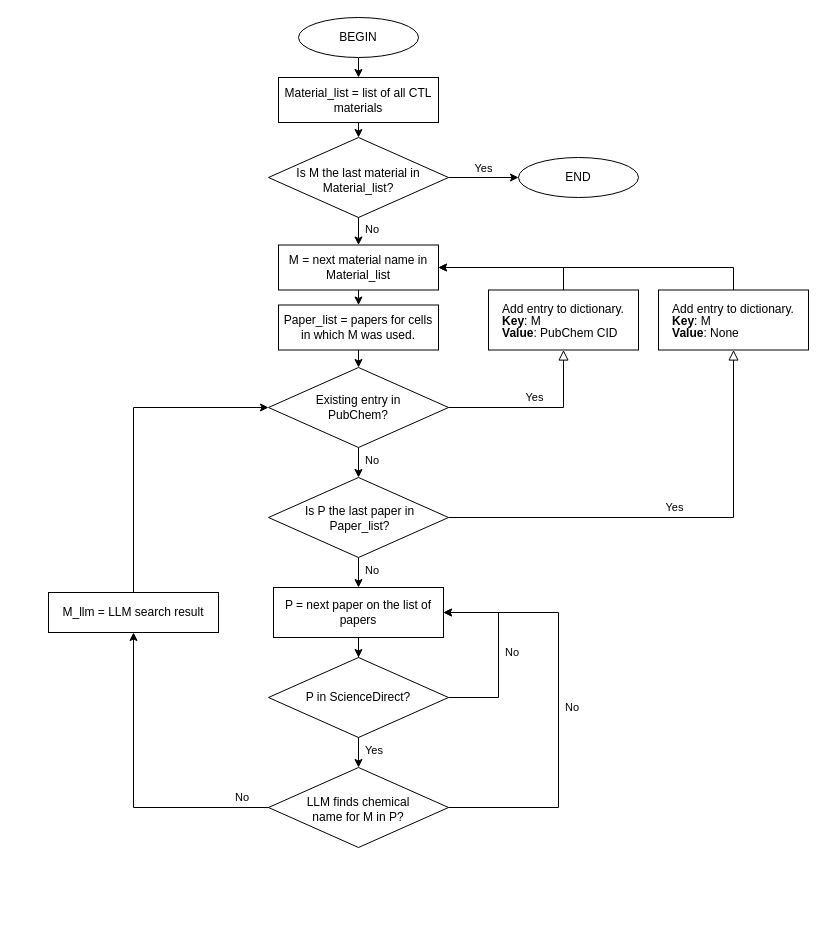
ADWilhelm/psc-ctls-ml keeps this draw.io diagram as FlowChartIdentification.drawio. Above is the earlier version. Source tidied: cells renumbered, new cells numbered last; positions are measured from the earlier drawing's top-left corner, leaving out a move shared by most shapes. Both pictures are drawn from the tidied source at 100%, with x=0, y=0 at pixel (48, 17).
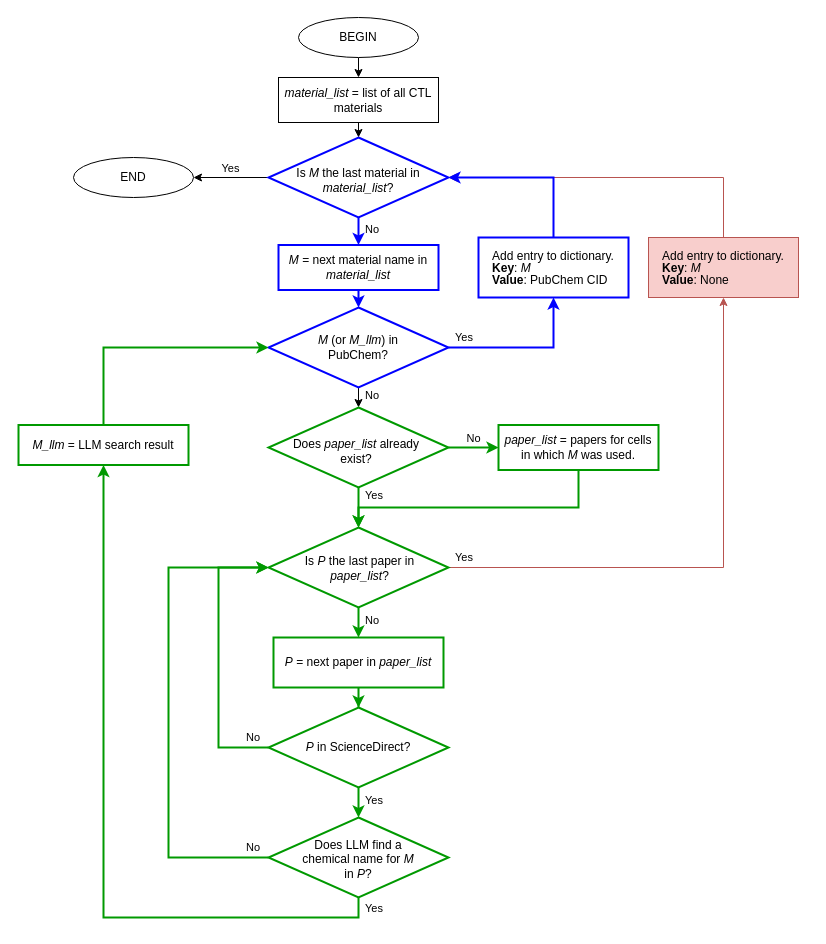
Above is the later version.

The edit, as a diff of the source:
```diff
@@
-    <mxCell id="2" style="edgeStyle=orthogonalEdgeStyle;rounded=0;jettySize=auto;html=1;exitX=0.5;exitY=1;exitDx=0;exitDy=0;entryX=0.5;entryY=0;entryDx=0;entryDy=0;" parent="1" edge="1" source="3" target="12">
-      <mxGeometry relative="1" as="geometry" />
-    </mxCell>
+    <mxCell id="27" style="edgeStyle=orthogonalEdgeStyle;rounded=0;jettySize=auto;html=1;exitX=0.5;exitY=0;exitDx=0;exitDy=0;entryX=1;entryY=0.5;entryDx=0;entryDy=0;fillColor=#f8cecc;strokeColor=#b85450;" parent="1" edge="1" source="28" target="31">
+      <mxGeometry relative="1" as="geometry" />
+    </mxCell>
+    <mxCell id="36" style="edgeStyle=orthogonalEdgeStyle;rounded=0;jettySize=auto;html=1;exitX=0.5;exitY=1;exitDx=0;exitDy=0;entryX=0.5;entryY=0;entryDx=0;entryDy=0;strokeColor=#0000FF;strokeWidth=2;" parent="1" edge="1" source="3" target="6">
+      <mxGeometry relative="1" as="geometry" />
+    </mxCell>
-    <mxCell id="3" value="M = next material name in Material_list" style="rounded=0;whiteSpace=wrap;html=1;fontSize=12;glass=0;strokeWidth=1;shadow=0;" parent="1" vertex="1">
+    <mxCell id="3" value="&lt;i&gt;M&lt;/i&gt; = next material name in &lt;i&gt;material_list&lt;/i&gt;" style="rounded=0;whiteSpace=wrap;html=1;fontSize=12;glass=0;strokeWidth=2;shadow=0;strokeColor=#0000FF;" parent="1" vertex="1">
       <mxGeometry x="230" y="227.5" width="160" height="45" as="geometry" />
     </mxCell>
+    <mxCell id="37" value="No" style="edgeStyle=orthogonalEdgeStyle;rounded=0;jettySize=auto;html=1;exitX=0.5;exitY=1;exitDx=0;exitDy=0;entryX=0.5;entryY=0;entryDx=0;entryDy=0;labelPosition=right;verticalLabelPosition=middle;align=left;verticalAlign=middle;spacingLeft=5;spacingBottom=4;" parent="1" edge="1" source="6" target="41">
+      <mxGeometry relative="1" as="geometry" />
+    </mxCell>
-    <mxCell id="4" value="Yes" style="edgeStyle=orthogonalEdgeStyle;rounded=0;html=1;jettySize=auto;fontSize=11;endArrow=block;endFill=0;endSize=8;strokeWidth=1;shadow=0;labelBackgroundColor=none;" parent="1" edge="1" source="6" target="8">
-      <mxGeometry y="10" relative="1" as="geometry" />
+    <mxCell id="4" value="Yes" style="edgeStyle=orthogonalEdgeStyle;rounded=0;jettySize=auto;html=1;exitX=1;exitY=0.5;exitDx=0;exitDy=0;entryX=0.5;entryY=1;entryDx=0;entryDy=0;labelPosition=right;verticalLabelPosition=middle;align=left;verticalAlign=middle;spacingLeft=5;strokeColor=#0000FF;strokeWidth=2;" parent="1" edge="1" source="6" target="8">
+      <mxGeometry x="-1" y="10" relative="1" as="geometry" />
     </mxCell>
-    <mxCell id="5" value="No" style="edgeStyle=orthogonalEdgeStyle;rounded=0;jettySize=auto;html=1;labelPosition=right;verticalLabelPosition=middle;align=left;verticalAlign=middle;spacingLeft=5;spacingBottom=4;" parent="1" edge="1" source="6" target="25">
-      <mxGeometry relative="1" as="geometry" />
-    </mxCell>
-    <mxCell id="6" value="Existing entry in PubChem?" style="rhombus;whiteSpace=wrap;html=1;shadow=0;fontFamily=Helvetica;fontSize=12;align=center;strokeWidth=1;spacing=10;spacingTop=10;spacingBottom=10;spacingRight=10;spacingLeft=10;" parent="1" vertex="1">
-      <mxGeometry x="220" y="350" width="180" height="80" as="geometry" />
+    <mxCell id="6" value="&lt;i&gt;M&lt;/i&gt; (or &lt;i&gt;M_llm&lt;/i&gt;) in PubChem?" style="rhombus;whiteSpace=wrap;html=1;shadow=0;fontFamily=Helvetica;fontSize=12;align=center;strokeWidth=2;spacing=10;spacingTop=10;spacingBottom=10;spacingRight=10;spacingLeft=10;strokeColor=#0000FF;" parent="1" vertex="1">
+      <mxGeometry x="220" y="290" width="180" height="80" as="geometry" />
     </mxCell>
-    <mxCell id="7" style="edgeStyle=orthogonalEdgeStyle;rounded=0;jettySize=auto;html=1;exitX=0.5;exitY=0;exitDx=0;exitDy=0;entryX=1;entryY=0.5;entryDx=0;entryDy=0;" parent="1" edge="1" source="8" target="3">
+    <mxCell id="7" style="edgeStyle=orthogonalEdgeStyle;rounded=0;jettySize=auto;html=1;exitX=0.5;exitY=0;exitDx=0;exitDy=0;entryX=1;entryY=0.5;entryDx=0;entryDy=0;strokeColor=#0000FF;strokeWidth=2;" parent="1" edge="1" source="8" target="31">
       <mxGeometry relative="1" as="geometry" />
     </mxCell>
-    <mxCell id="8" value="&lt;p style=&quot;text-align: left; line-height: 0px;&quot;&gt;Add entry to dictionary.&lt;/p&gt;&lt;p style=&quot;text-align: left; line-height: 0px;&quot;&gt;&lt;b&gt;Key&lt;/b&gt;: M&lt;/p&gt;&lt;p style=&quot;text-align: left; line-height: 0px;&quot;&gt;&lt;b&gt;Value&lt;/b&gt;: PubChem CID&lt;/p&gt;" style="rounded=0;whiteSpace=wrap;html=1;fontSize=12;glass=0;strokeWidth=1;shadow=0;align=center;" parent="1" vertex="1">
-      <mxGeometry x="440" y="272.5" width="150" height="60" as="geometry" />
+    <mxCell id="8" value="&lt;p style=&quot;text-align: left; line-height: 0px;&quot;&gt;Add entry to dictionary.&lt;/p&gt;&lt;p style=&quot;text-align: left; line-height: 0px;&quot;&gt;&lt;b&gt;Key&lt;/b&gt;: &lt;i&gt;M&lt;/i&gt;&lt;/p&gt;&lt;p style=&quot;text-align: left; line-height: 0px;&quot;&gt;&lt;b&gt;Value&lt;/b&gt;: PubChem CID&lt;/p&gt;" style="rounded=0;whiteSpace=wrap;html=1;fontSize=12;glass=0;strokeWidth=2;shadow=0;align=center;strokeColor=#0000FF;" parent="1" vertex="1">
+      <mxGeometry x="430" y="220" width="150" height="60" as="geometry" />
     </mxCell>
@@
-    <mxCell id="11" style="edgeStyle=orthogonalEdgeStyle;rounded=0;jettySize=auto;html=1;exitX=0.5;exitY=1;exitDx=0;exitDy=0;entryX=0.5;entryY=0;entryDx=0;entryDy=0;" parent="1" edge="1" source="12" target="6">
-      <mxGeometry relative="1" as="geometry" />
-    </mxCell>
+    <mxCell id="38" style="edgeStyle=orthogonalEdgeStyle;rounded=0;jettySize=auto;html=1;exitX=0.5;exitY=1;exitDx=0;exitDy=0;entryX=0.5;entryY=0;entryDx=0;entryDy=0;strokeColor=#009900;strokeWidth=2;" parent="1" edge="1" source="12" target="25">
+      <mxGeometry relative="1" as="geometry">
+        <Array as="points">
+          <mxPoint x="530" y="490" />
+          <mxPoint x="310" y="490" />
+        </Array>
+      </mxGeometry>
+    </mxCell>
-    <mxCell id="12" value="Paper_list = papers for cells in which M was used." style="rounded=0;whiteSpace=wrap;html=1;" parent="1" vertex="1">
-      <mxGeometry x="230" y="287.5" width="160" height="45" as="geometry" />
+    <mxCell id="12" value="&lt;i&gt;paper_list &lt;/i&gt;= papers for cells in which &lt;i&gt;M&lt;/i&gt; was used." style="rounded=0;whiteSpace=wrap;html=1;strokeColor=#009900;strokeWidth=2;" parent="1" vertex="1">
+      <mxGeometry x="450" y="407.5" width="160" height="45" as="geometry" />
     </mxCell>
-    <mxCell id="13" style="edgeStyle=orthogonalEdgeStyle;rounded=0;jettySize=auto;html=1;" parent="1" edge="1" source="14" target="19">
+    <mxCell id="13" style="edgeStyle=orthogonalEdgeStyle;rounded=0;jettySize=auto;html=1;strokeWidth=2;strokeColor=#009900;" parent="1" edge="1" source="14" target="19">
       <mxGeometry relative="1" as="geometry" />
     </mxCell>
-    <mxCell id="14" value="P = next paper on the list of papers" style="rounded=0;whiteSpace=wrap;html=1;" parent="1" vertex="1">
-      <mxGeometry x="225" y="570" width="170" height="50" as="geometry" />
+    <mxCell id="14" value="&lt;i&gt;P&lt;/i&gt; = next paper in &lt;i&gt;paper_list&lt;/i&gt;" style="rounded=0;whiteSpace=wrap;html=1;strokeWidth=2;strokeColor=#009900;" parent="1" vertex="1">
+      <mxGeometry x="225" y="620" width="170" height="50" as="geometry" />
     </mxCell>
-    <mxCell id="15" style="edgeStyle=orthogonalEdgeStyle;rounded=0;jettySize=auto;html=1;exitX=0.5;exitY=0;exitDx=0;exitDy=0;entryX=0;entryY=0.5;entryDx=0;entryDy=0;" parent="1" edge="1" source="16" target="6">
+    <mxCell id="15" style="edgeStyle=orthogonalEdgeStyle;rounded=0;jettySize=auto;html=1;exitX=0.5;exitY=0;exitDx=0;exitDy=0;entryX=0;entryY=0.5;entryDx=0;entryDy=0;strokeColor=#009900;strokeWidth=2;" parent="1" edge="1" source="16" target="6">
       <mxGeometry relative="1" as="geometry" />
     </mxCell>
-    <mxCell id="16" value="M_llm = LLM search result" style="rounded=0;whiteSpace=wrap;html=1;" parent="1" vertex="1">
-      <mxGeometry y="575" width="170" height="40" as="geometry" />
+    <mxCell id="16" value="&lt;i&gt;M_llm &lt;/i&gt;= LLM search result" style="rounded=0;whiteSpace=wrap;html=1;strokeColor=#009900;strokeWidth=2;" parent="1" vertex="1">
+      <mxGeometry x="-30" y="407.5" width="170" height="40" as="geometry" />
     </mxCell>
-    <mxCell id="17" value="Yes" style="edgeStyle=orthogonalEdgeStyle;rounded=0;jettySize=auto;html=1;exitX=0.5;exitY=1;exitDx=0;exitDy=0;entryX=0.5;entryY=0;entryDx=0;entryDy=0;labelPosition=right;verticalLabelPosition=middle;align=left;verticalAlign=middle;spacingLeft=5;spacingBottom=5;" parent="1" edge="1" source="19" target="22">
+    <mxCell id="17" value="Yes" style="edgeStyle=orthogonalEdgeStyle;rounded=0;jettySize=auto;html=1;exitX=0.5;exitY=1;exitDx=0;exitDy=0;entryX=0.5;entryY=0;entryDx=0;entryDy=0;labelPosition=right;verticalLabelPosition=middle;align=left;verticalAlign=middle;spacingLeft=5;spacingBottom=5;strokeWidth=2;strokeColor=#009900;" parent="1" edge="1" source="19" target="22">
       <mxGeometry relative="1" as="geometry" />
     </mxCell>
-    <mxCell id="18" value="No" style="edgeStyle=orthogonalEdgeStyle;rounded=0;jettySize=auto;html=1;exitX=1;exitY=0.5;exitDx=0;exitDy=0;entryX=1;entryY=0.5;entryDx=0;entryDy=0;labelPosition=right;verticalLabelPosition=middle;align=left;verticalAlign=middle;spacingLeft=5;" parent="1" edge="1" source="19" target="14">
-      <mxGeometry relative="1" as="geometry">
+    <mxCell id="18" value="No" style="edgeStyle=orthogonalEdgeStyle;rounded=0;jettySize=auto;html=1;exitX=0;exitY=0.5;exitDx=0;exitDy=0;entryX=0;entryY=0.5;entryDx=0;entryDy=0;labelPosition=right;verticalLabelPosition=middle;align=left;verticalAlign=middle;spacingLeft=5;strokeWidth=2;strokeColor=#009900;" parent="1" edge="1" source="19" target="25">
+      <mxGeometry x="-0.79" y="-10" relative="1" as="geometry">
         <Array as="points">
-          <mxPoint x="450" y="680" />
-          <mxPoint x="450" y="595" />
+          <mxPoint x="170" y="730" />
+          <mxPoint x="170" y="550" />
         </Array>
       </mxGeometry>
     </mxCell>
-    <mxCell id="19" value="P in ScienceDirect?" style="rhombus;whiteSpace=wrap;html=1;rounded=0;" parent="1" vertex="1">
-      <mxGeometry x="220" y="640" width="180" height="80" as="geometry" />
+    <mxCell id="19" value="&lt;i&gt;P&lt;/i&gt; in ScienceDirect?" style="rhombus;whiteSpace=wrap;html=1;rounded=0;strokeWidth=2;strokeColor=#009900;" parent="1" vertex="1">
+      <mxGeometry x="220" y="690" width="180" height="80" as="geometry" />
     </mxCell>
-    <mxCell id="20" value="No" style="edgeStyle=orthogonalEdgeStyle;rounded=0;jettySize=auto;html=1;exitX=1;exitY=0.5;exitDx=0;exitDy=0;entryX=1;entryY=0.5;entryDx=0;entryDy=0;labelPosition=right;verticalLabelPosition=middle;align=left;verticalAlign=middle;spacingLeft=5;" parent="1" edge="1" source="22" target="14">
-      <mxGeometry relative="1" as="geometry">
+    <mxCell id="20" value="No" style="edgeStyle=orthogonalEdgeStyle;rounded=0;jettySize=auto;html=1;exitX=0;exitY=0.5;exitDx=0;exitDy=0;entryX=0;entryY=0.5;entryDx=0;entryDy=0;labelPosition=right;verticalLabelPosition=middle;align=left;verticalAlign=middle;spacingLeft=5;strokeWidth=2;strokeColor=#009900;" parent="1" edge="1" source="22" target="25">
+      <mxGeometry x="-0.88" y="-10" relative="1" as="geometry">
         <Array as="points">
-          <mxPoint x="510" y="790" />
-          <mxPoint x="510" y="595" />
+          <mxPoint x="120" y="840" />
+          <mxPoint x="120" y="550" />
         </Array>
       </mxGeometry>
     </mxCell>
-    <mxCell id="21" value="No" style="edgeStyle=orthogonalEdgeStyle;rounded=0;jettySize=auto;html=1;exitX=0;exitY=0.5;exitDx=0;exitDy=0;entryX=0.5;entryY=1;entryDx=0;entryDy=0;labelPosition=right;verticalLabelPosition=middle;align=left;verticalAlign=middle;spacingLeft=5;" parent="1" edge="1" source="22" target="16">
-      <mxGeometry x="-0.74" y="-10" relative="1" as="geometry" />
+    <mxCell id="21" value="Yes" style="edgeStyle=orthogonalEdgeStyle;rounded=0;jettySize=auto;html=1;entryX=0.5;entryY=1;entryDx=0;entryDy=0;labelPosition=right;verticalLabelPosition=middle;align=left;verticalAlign=middle;spacingLeft=5;exitX=0.5;exitY=1;exitDx=0;exitDy=0;strokeColor=#009900;strokeWidth=2;" parent="1" edge="1" source="22" target="16">
+      <mxGeometry x="-0.97" relative="1" as="geometry" />
     </mxCell>
-    <mxCell id="22" value="LLM finds chemical name for M in P?" style="rhombus;whiteSpace=wrap;html=1;spacingTop=4;spacingLeft=25;spacingRight=25;" parent="1" vertex="1">
-      <mxGeometry x="220" y="750" width="180" height="80" as="geometry" />
+    <mxCell id="22" value="Does LLM find a chemical name for &lt;i&gt;M&lt;/i&gt; &lt;br&gt;in &lt;i&gt;P&lt;/i&gt;?" style="rhombus;whiteSpace=wrap;html=1;spacingTop=4;spacingLeft=25;spacingRight=25;strokeWidth=2;strokeColor=#009900;" parent="1" vertex="1">
+      <mxGeometry x="220" y="800" width="180" height="80" as="geometry" />
     </mxCell>
-    <mxCell id="23" style="edgeStyle=orthogonalEdgeStyle;rounded=0;orthogonalLoop=1;jettySize=auto;html=1;exitX=0.5;exitY=1;exitDx=0;exitDy=0;" parent="1" edge="1" source="22" target="22">
+    <mxCell id="23" style="edgeStyle=orthogonalEdgeStyle;rounded=0;orthogonalLoop=1;jettySize=auto;html=1;exitX=0.5;exitY=1;exitDx=0;exitDy=0;strokeWidth=2;strokeColor=#009900;" parent="1" edge="1" source="22" target="22">
       <mxGeometry relative="1" as="geometry" />
     </mxCell>
-    <mxCell id="24" value="No" style="edgeStyle=orthogonalEdgeStyle;rounded=0;jettySize=auto;html=1;exitX=0.5;exitY=1;exitDx=0;exitDy=0;entryX=0.5;entryY=0;entryDx=0;entryDy=0;labelPosition=right;verticalLabelPosition=middle;align=left;verticalAlign=middle;spacingLeft=5;spacingBottom=4;" parent="1" edge="1" source="25" target="14">
+    <mxCell id="24" value="No" style="edgeStyle=orthogonalEdgeStyle;rounded=0;jettySize=auto;html=1;exitX=0.5;exitY=1;exitDx=0;exitDy=0;entryX=0.5;entryY=0;entryDx=0;entryDy=0;labelPosition=right;verticalLabelPosition=middle;align=left;verticalAlign=middle;spacingLeft=5;spacingBottom=4;strokeWidth=2;strokeColor=#009900;" parent="1" edge="1" source="25" target="14">
       <mxGeometry relative="1" as="geometry" />
     </mxCell>
+    <mxCell id="26" value="Yes" style="edgeStyle=orthogonalEdgeStyle;rounded=0;jettySize=auto;html=1;exitX=1;exitY=0.5;exitDx=0;exitDy=0;entryX=0.5;entryY=1;entryDx=0;entryDy=0;labelPosition=right;verticalLabelPosition=middle;align=left;verticalAlign=middle;spacingLeft=5;fillColor=#f8cecc;strokeColor=#b85450;" parent="1" edge="1" source="25" target="28">
+      <mxGeometry x="-1" y="10" relative="1" as="geometry" />
+    </mxCell>
-    <mxCell id="25" value="Is P the last paper in Paper_list?" style="rhombus;whiteSpace=wrap;html=1;shadow=0;fontFamily=Helvetica;fontSize=12;align=center;strokeWidth=1;spacing=6;spacingTop=12;spacingLeft=23;spacingBottom=10;spacingRight=20;" parent="1" vertex="1">
-      <mxGeometry x="220" y="460" width="180" height="80" as="geometry" />
+    <mxCell id="25" value="Is &lt;i&gt;P&lt;/i&gt; the last paper in &lt;i&gt;paper_list&lt;/i&gt;?" style="rhombus;whiteSpace=wrap;html=1;shadow=0;fontFamily=Helvetica;fontSize=12;align=center;strokeWidth=2;spacing=6;spacingTop=12;spacingLeft=23;spacingBottom=10;spacingRight=20;strokeColor=#009900;" parent="1" vertex="1">
+      <mxGeometry x="220" y="510" width="180" height="80" as="geometry" />
     </mxCell>
-    <mxCell id="26" value="Yes" style="edgeStyle=orthogonalEdgeStyle;rounded=0;html=1;jettySize=auto;fontSize=11;endArrow=block;endFill=0;endSize=8;strokeWidth=1;shadow=0;labelBackgroundColor=none;exitX=1;exitY=0.5;exitDx=0;exitDy=0;entryX=0.5;entryY=1;entryDx=0;entryDy=0;" parent="1" edge="1" source="25" target="28">
-      <mxGeometry y="10" relative="1" as="geometry" />
-    </mxCell>
-    <mxCell id="27" style="edgeStyle=orthogonalEdgeStyle;rounded=0;jettySize=auto;html=1;exitX=0.5;exitY=0;exitDx=0;exitDy=0;entryX=1;entryY=0.5;entryDx=0;entryDy=0;" parent="1" edge="1" source="28" target="3">
-      <mxGeometry relative="1" as="geometry" />
-    </mxCell>
-    <mxCell id="28" value="&lt;p style=&quot;text-align: left; line-height: 0%;&quot;&gt;Add entry to dictionary.&lt;/p&gt;&lt;p style=&quot;text-align: left; line-height: 0%;&quot;&gt;&lt;b&gt;Key&lt;/b&gt;: M&lt;/p&gt;&lt;p style=&quot;text-align: left; line-height: 0%;&quot;&gt;&lt;b&gt;Value&lt;/b&gt;: None&lt;/p&gt;&lt;p&gt;&lt;/p&gt;" style="rounded=0;whiteSpace=wrap;html=1;fontSize=12;glass=0;strokeWidth=1;shadow=0;align=center;" parent="1" vertex="1">
-      <mxGeometry x="610" y="272.5" width="150" height="60" as="geometry" />
+    <mxCell id="28" value="&lt;p style=&quot;text-align: left; line-height: 0%;&quot;&gt;Add entry to dictionary.&lt;/p&gt;&lt;p style=&quot;text-align: left; line-height: 0%;&quot;&gt;&lt;b&gt;Key&lt;/b&gt;: &lt;i&gt;M&lt;/i&gt;&lt;/p&gt;&lt;p style=&quot;text-align: left; line-height: 0%;&quot;&gt;&lt;b&gt;Value&lt;/b&gt;: None&lt;/p&gt;&lt;p&gt;&lt;/p&gt;" style="rounded=0;whiteSpace=wrap;html=1;fontSize=12;glass=0;strokeWidth=1;shadow=0;align=center;fillColor=#f8cecc;strokeColor=#b85450;" parent="1" vertex="1">
+      <mxGeometry x="600" y="220" width="150" height="60" as="geometry" />
     </mxCell>
+    <mxCell id="30" value="No" style="edgeStyle=orthogonalEdgeStyle;rounded=0;jettySize=auto;html=1;exitX=0.5;exitY=1;exitDx=0;exitDy=0;entryX=0.5;entryY=0;entryDx=0;entryDy=0;labelPosition=right;verticalLabelPosition=middle;align=left;verticalAlign=middle;spacingLeft=5;spacingBottom=4;strokeColor=#0000FF;strokeWidth=2;" parent="1" edge="1" source="31" target="3">
+      <mxGeometry relative="1" as="geometry" />
+    </mxCell>
-    <mxCell id="29" value="Yes" style="edgeStyle=orthogonalEdgeStyle;rounded=0;jettySize=auto;html=1;exitX=1;exitY=0.5;exitDx=0;exitDy=0;entryX=0;entryY=0.5;entryDx=0;entryDy=0;labelPosition=center;verticalLabelPosition=top;align=center;verticalAlign=bottom;" parent="1" edge="1" source="31" target="35">
+    <mxCell id="29" value="Yes" style="edgeStyle=orthogonalEdgeStyle;rounded=0;jettySize=auto;html=1;exitX=0;exitY=0.5;exitDx=0;exitDy=0;entryX=1;entryY=0.5;entryDx=0;entryDy=0;labelPosition=center;verticalLabelPosition=top;align=center;verticalAlign=bottom;" parent="1" edge="1" source="31" target="35">
       <mxGeometry relative="1" as="geometry" />
     </mxCell>
-    <mxCell id="30" value="No" style="edgeStyle=orthogonalEdgeStyle;rounded=0;jettySize=auto;html=1;exitX=0.5;exitY=1;exitDx=0;exitDy=0;entryX=0.5;entryY=0;entryDx=0;entryDy=0;labelPosition=right;verticalLabelPosition=middle;align=left;verticalAlign=middle;spacingLeft=5;spacingBottom=4;" parent="1" edge="1" source="31" target="3">
-      <mxGeometry relative="1" as="geometry" />
-    </mxCell>
-    <mxCell id="31" value="Is M the last material in Material_list?" style="rhombus;whiteSpace=wrap;html=1;spacingLeft=20;spacingRight=20;spacingTop=5;" parent="1" vertex="1">
+    <mxCell id="31" value="Is &lt;i&gt;M &lt;/i&gt;the last material in &lt;i&gt;material_list&lt;/i&gt;?" style="rhombus;whiteSpace=wrap;html=1;spacingLeft=20;spacingRight=20;spacingTop=5;strokeColor=#0000FF;strokeWidth=2;" parent="1" vertex="1">
       <mxGeometry x="220" y="120" width="180" height="80" as="geometry" />
     </mxCell>
@@
-    <mxCell id="33" value="Material_list = list of all CTL materials" style="rounded=0;whiteSpace=wrap;html=1;" parent="1" vertex="1">
+    <mxCell id="33" value="&lt;i&gt;material_list &lt;/i&gt;= list of all CTL materials" style="rounded=0;whiteSpace=wrap;html=1;" parent="1" vertex="1">
       <mxGeometry x="230" y="60" width="160" height="45" as="geometry" />
     </mxCell>
@@
     <mxCell id="35" value="END" style="ellipse;whiteSpace=wrap;html=1;" parent="1" vertex="1">
-      <mxGeometry x="470" y="140" width="120" height="40" as="geometry" />
+      <mxGeometry x="25" y="140" width="120" height="40" as="geometry" />
     </mxCell>
+    <mxCell id="39" value="No" style="edgeStyle=orthogonalEdgeStyle;rounded=0;jettySize=auto;html=1;exitX=1;exitY=0.5;exitDx=0;exitDy=0;entryX=0;entryY=0.5;entryDx=0;entryDy=0;labelPosition=center;verticalLabelPosition=top;align=center;verticalAlign=bottom;strokeColor=#009900;strokeWidth=2;" parent="1" edge="1" source="41" target="12">
+      <mxGeometry relative="1" as="geometry" />
+    </mxCell>
+    <mxCell id="40" value="Yes" style="edgeStyle=orthogonalEdgeStyle;rounded=0;jettySize=auto;html=1;exitX=0.5;exitY=1;exitDx=0;exitDy=0;entryX=0.5;entryY=0;entryDx=0;entryDy=0;labelPosition=right;verticalLabelPosition=middle;align=left;verticalAlign=middle;spacingRight=5;spacingBottom=4;spacingLeft=5;strokeColor=#009900;strokeWidth=2;" parent="1" edge="1" source="41" target="25">
+      <mxGeometry x="-0.5" relative="1" as="geometry" />
+    </mxCell>
+    <mxCell id="41" value="Does &lt;i&gt;paper_list &lt;/i&gt;already exist?" style="rhombus;whiteSpace=wrap;html=1;spacingLeft=20;spacingRight=24;spacingTop=8;strokeColor=#009900;strokeWidth=2;" parent="1" vertex="1">
+      <mxGeometry x="220" y="390" width="180" height="80" as="geometry" />
+    </mxCell>
```
